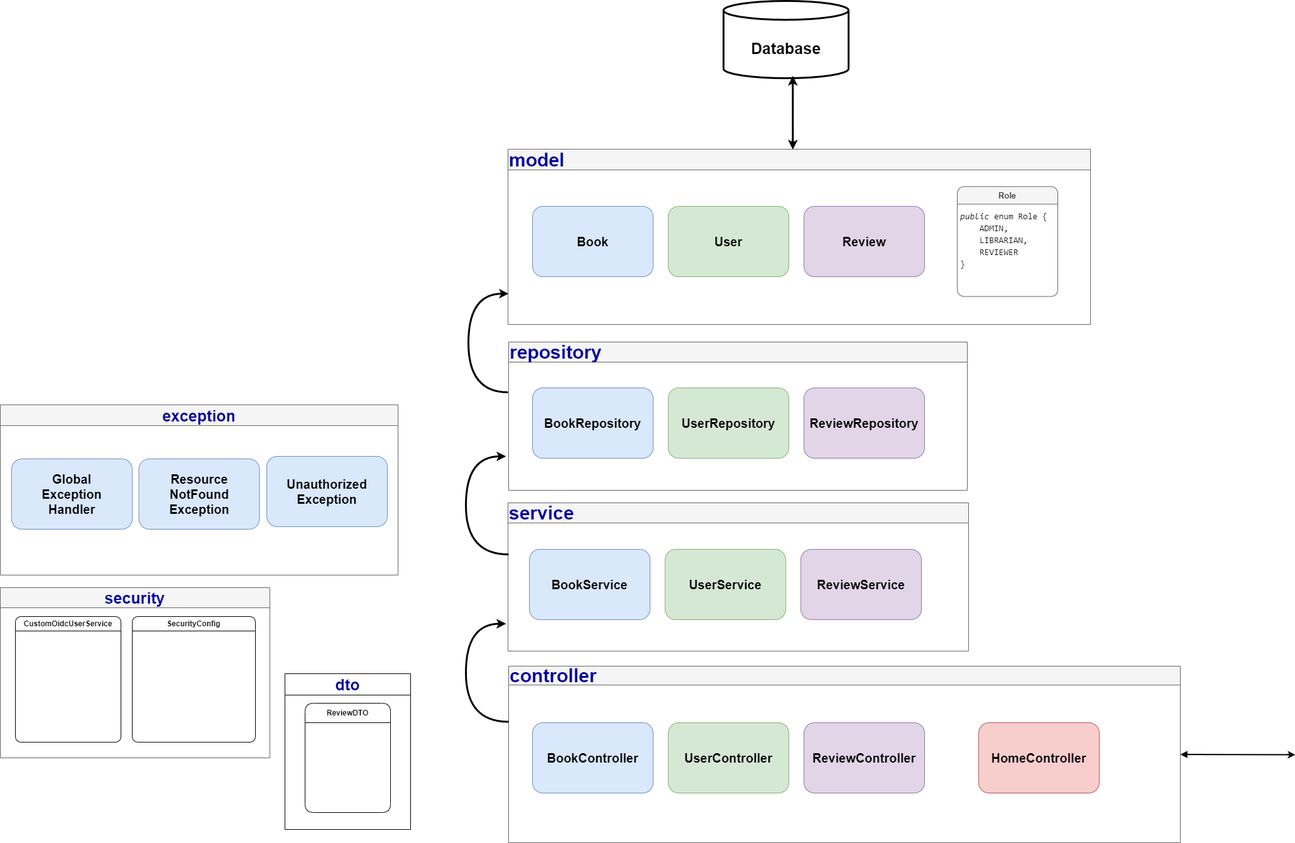
This is backend/src/main/resources/Components Diagram.drawio.png from tathienbao/Backend-BookReview, a draw.io export, as it was before one commit. Source tidied: cells renumbered, new cells last; positions are measured from the earlier drawing's top-left corner, leaving out a move shared by most shapes.
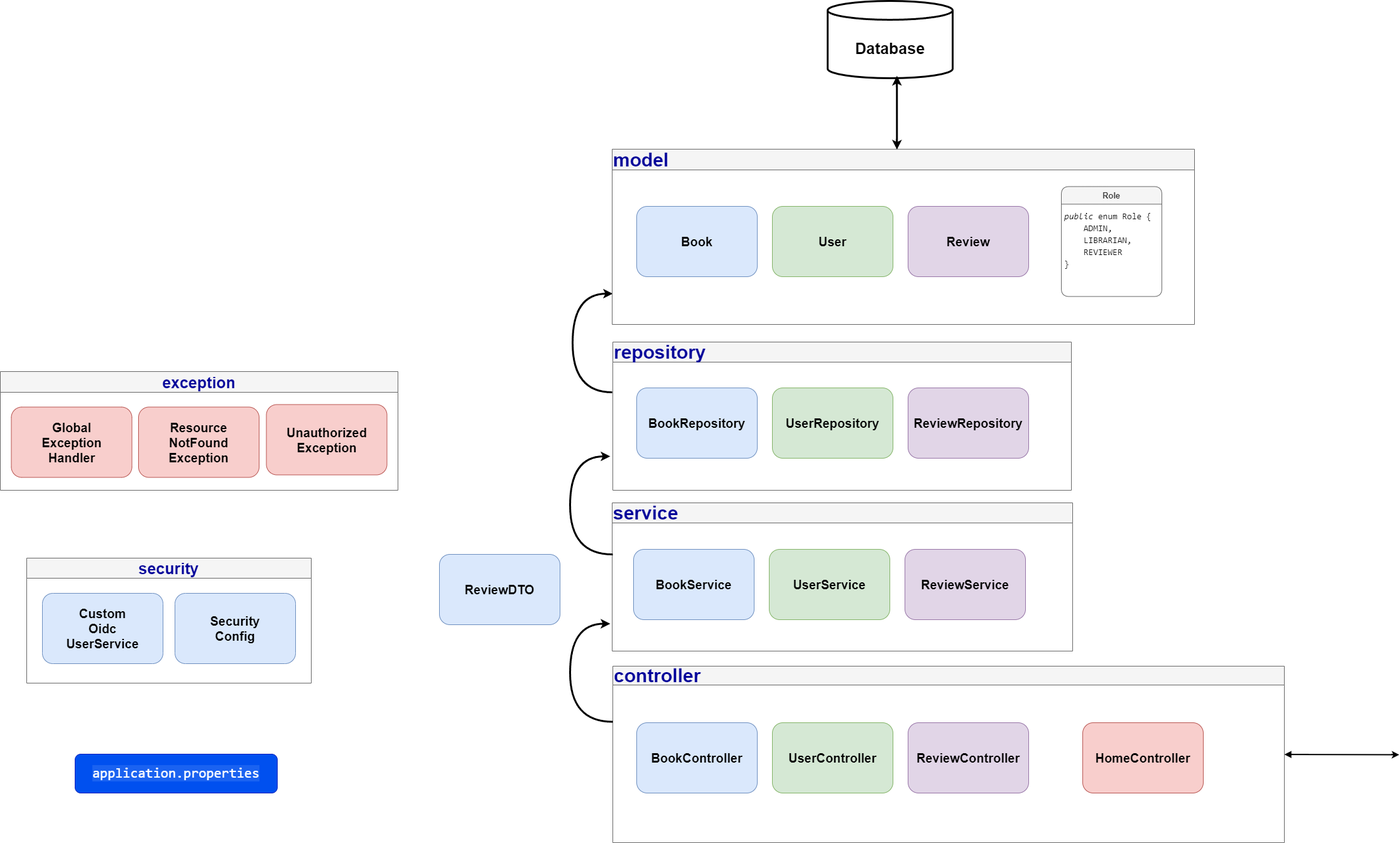
Above is the later version.

The edit, as a diff of the source:
```diff
@@ -44,23 +44,17 @@
     <mxCell id="12" value="&lt;span style=&quot;font-size: 20px; font-weight: 700;&quot;&gt;ReviewRepository&lt;/span&gt;" style="rounded=1;whiteSpace=wrap;html=1;fillColor=#e1d5e7;strokeColor=#9673a6;" parent="9" vertex="1">
       <mxGeometry x="470" y="73" width="192" height="112" as="geometry" />
     </mxCell>
-    <mxCell id="13" value="&lt;font color=&quot;#000099&quot; style=&quot;font-size: 25px;&quot;&gt;dto&lt;/font&gt;" style="swimlane;whiteSpace=wrap;html=1;startSize=34;" parent="1" vertex="1">
-      <mxGeometry x="453" y="1071" width="200" height="248" as="geometry" />
-    </mxCell>
-    <mxCell id="14" value="ReviewDTO" style="swimlane;whiteSpace=wrap;html=1;rounded=1;startSize=31;" parent="13" vertex="1">
-      <mxGeometry x="32" y="47" width="136" height="174" as="geometry" />
-    </mxCell>
     <mxCell id="15" value="&lt;font style=&quot;font-size: 25px;&quot; color=&quot;#000099&quot;&gt;exception&lt;/font&gt;" style="swimlane;whiteSpace=wrap;html=1;startSize=33;fillColor=#f5f5f5;fontColor=#333333;strokeColor=#666666;" parent="1" vertex="1">
-      <mxGeometry y="643" width="633" height="271" as="geometry" />
+      <mxGeometry x="-166" y="590" width="633" height="189" as="geometry" />
     </mxCell>
-    <mxCell id="16" value="&lt;div style=&quot;font-size: 20px;&quot;&gt;&lt;span style=&quot;font-weight: 700;&quot;&gt;&lt;font style=&quot;font-size: 20px;&quot;&gt;Unauthorized&lt;/font&gt;&lt;/span&gt;&lt;/div&gt;&lt;div style=&quot;font-size: 20px;&quot;&gt;&lt;span style=&quot;font-weight: 700;&quot;&gt;&lt;font style=&quot;font-size: 20px;&quot;&gt;Exception&lt;/font&gt;&lt;/span&gt;&lt;br&gt;&lt;/div&gt;" style="rounded=1;whiteSpace=wrap;html=1;fillColor=#dae8fc;strokeColor=#6c8ebf;" parent="15" vertex="1">
-      <mxGeometry x="424" y="82" width="192" height="112" as="geometry" />
+    <mxCell id="16" value="&lt;div style=&quot;font-size: 20px;&quot;&gt;&lt;span style=&quot;font-weight: 700;&quot;&gt;&lt;font style=&quot;font-size: 20px;&quot;&gt;Unauthorized&lt;/font&gt;&lt;/span&gt;&lt;/div&gt;&lt;div style=&quot;font-size: 20px;&quot;&gt;&lt;span style=&quot;font-weight: 700;&quot;&gt;&lt;font style=&quot;font-size: 20px;&quot;&gt;Exception&lt;/font&gt;&lt;/span&gt;&lt;br&gt;&lt;/div&gt;" style="rounded=1;whiteSpace=wrap;html=1;fillColor=#f8cecc;strokeColor=#b85450;" parent="15" vertex="1">
+      <mxGeometry x="423.5" y="52.5" width="192" height="112" as="geometry" />
     </mxCell>
-    <mxCell id="17" value="&lt;div style=&quot;font-size: 20px;&quot;&gt;&lt;span style=&quot;font-weight: 700;&quot;&gt;Resource&lt;/span&gt;&lt;/div&gt;&lt;div style=&quot;font-size: 20px;&quot;&gt;&lt;span style=&quot;font-weight: 700;&quot;&gt;NotFound&lt;/span&gt;&lt;/div&gt;&lt;div style=&quot;font-size: 20px;&quot;&gt;&lt;span style=&quot;font-weight: 700;&quot;&gt;Exception&lt;/span&gt;&lt;br&gt;&lt;/div&gt;" style="rounded=1;whiteSpace=wrap;html=1;fillColor=#dae8fc;strokeColor=#6c8ebf;" parent="15" vertex="1">
-      <mxGeometry x="220.5" y="86" width="192" height="112" as="geometry" />
+    <mxCell id="17" value="&lt;div style=&quot;font-size: 20px;&quot;&gt;&lt;span style=&quot;font-weight: 700;&quot;&gt;Resource&lt;/span&gt;&lt;/div&gt;&lt;div style=&quot;font-size: 20px;&quot;&gt;&lt;span style=&quot;font-weight: 700;&quot;&gt;NotFound&lt;/span&gt;&lt;/div&gt;&lt;div style=&quot;font-size: 20px;&quot;&gt;&lt;span style=&quot;font-weight: 700;&quot;&gt;Exception&lt;/span&gt;&lt;br&gt;&lt;/div&gt;" style="rounded=1;whiteSpace=wrap;html=1;fillColor=#f8cecc;strokeColor=#b85450;" parent="15" vertex="1">
+      <mxGeometry x="220" y="56.5" width="192" height="112" as="geometry" />
     </mxCell>
-    <mxCell id="18" value="&lt;div style=&quot;font-size: 20px;&quot;&gt;&lt;span style=&quot;font-size: 20px; font-weight: 700;&quot;&gt;Global&lt;/span&gt;&lt;/div&gt;&lt;div style=&quot;font-size: 20px;&quot;&gt;&lt;span style=&quot;font-size: 20px; font-weight: 700;&quot;&gt;Exception&lt;/span&gt;&lt;/div&gt;&lt;div style=&quot;font-size: 20px;&quot;&gt;&lt;span style=&quot;font-size: 20px; font-weight: 700;&quot;&gt;Handler&lt;/span&gt;&lt;br style=&quot;font-size: 20px;&quot;&gt;&lt;/div&gt;" style="rounded=1;whiteSpace=wrap;html=1;fillColor=#dae8fc;strokeColor=#6c8ebf;fontSize=20;" parent="15" vertex="1">
-      <mxGeometry x="18" y="86" width="192" height="112" as="geometry" />
+    <mxCell id="18" value="&lt;div style=&quot;font-size: 20px;&quot;&gt;&lt;span style=&quot;font-size: 20px; font-weight: 700;&quot;&gt;Global&lt;/span&gt;&lt;/div&gt;&lt;div style=&quot;font-size: 20px;&quot;&gt;&lt;span style=&quot;font-size: 20px; font-weight: 700;&quot;&gt;Exception&lt;/span&gt;&lt;/div&gt;&lt;div style=&quot;font-size: 20px;&quot;&gt;&lt;span style=&quot;font-size: 20px; font-weight: 700;&quot;&gt;Handler&lt;/span&gt;&lt;br style=&quot;font-size: 20px;&quot;&gt;&lt;/div&gt;" style="rounded=1;whiteSpace=wrap;html=1;fillColor=#f8cecc;strokeColor=#b85450;fontSize=20;" parent="15" vertex="1">
+      <mxGeometry x="17.5" y="56.5" width="192" height="112" as="geometry" />
     </mxCell>
     <mxCell id="19" value="&lt;font color=&quot;#000099&quot; style=&quot;font-size: 30px;&quot;&gt;service&lt;/font&gt;" style="swimlane;whiteSpace=wrap;html=1;startSize=32;align=left;fillColor=#f5f5f5;fontColor=#333333;strokeColor=#666666;" parent="1" vertex="1">
       <mxGeometry x="808" y="799" width="733" height="236" as="geometry" />
@@ -75,14 +69,14 @@
       <mxGeometry x="466" y="74" width="192" height="112" as="geometry" />
     </mxCell>
     <mxCell id="23" value="&lt;font color=&quot;#000099&quot; style=&quot;font-size: 25px;&quot;&gt;security&lt;/font&gt;" style="swimlane;whiteSpace=wrap;html=1;startSize=32;fillColor=#f5f5f5;fontColor=#333333;strokeColor=#666666;" parent="1" vertex="1">
-      <mxGeometry y="934" width="429" height="271" as="geometry" />
+      <mxGeometry x="-124" y="887" width="453" height="199" as="geometry" />
     </mxCell>
-    <mxCell id="24" value="CustomOidcUserService" style="swimlane;whiteSpace=wrap;html=1;rounded=1;" parent="23" vertex="1">
-      <mxGeometry x="24" y="46" width="168" height="200" as="geometry" />
-    </mxCell>
-    <mxCell id="25" value="SecurityConfig" style="swimlane;whiteSpace=wrap;html=1;rounded=1;" parent="23" vertex="1">
-      <mxGeometry x="210" y="46" width="196" height="200" as="geometry" />
-    </mxCell>
+    <mxCell id="36" value="&lt;div&gt;&lt;span style=&quot;font-weight: 700;&quot;&gt;&lt;font style=&quot;font-size: 20px;&quot;&gt;Custom&lt;/font&gt;&lt;/span&gt;&lt;/div&gt;&lt;div&gt;&lt;span style=&quot;font-weight: 700;&quot;&gt;&lt;font style=&quot;font-size: 20px;&quot;&gt;Oidc&lt;/font&gt;&lt;/span&gt;&lt;/div&gt;&lt;div&gt;&lt;span style=&quot;font-weight: 700;&quot;&gt;&lt;font style=&quot;font-size: 20px;&quot;&gt;UserService&lt;/font&gt;&lt;/span&gt;&lt;br&gt;&lt;/div&gt;" style="rounded=1;whiteSpace=wrap;html=1;fillColor=#dae8fc;strokeColor=#6c8ebf;" parent="23" vertex="1">
+      <mxGeometry x="25" y="56" width="192" height="112" as="geometry" />
+    </mxCell>
+    <mxCell id="37" value="&lt;div&gt;&lt;span style=&quot;font-weight: 700;&quot;&gt;&lt;font style=&quot;font-size: 20px;&quot;&gt;Security&lt;/font&gt;&lt;/span&gt;&lt;/div&gt;&lt;div&gt;&lt;span style=&quot;font-weight: 700;&quot;&gt;&lt;font style=&quot;font-size: 20px;&quot;&gt;Config&lt;/font&gt;&lt;/span&gt;&lt;br&gt;&lt;/div&gt;" style="rounded=1;whiteSpace=wrap;html=1;fillColor=#dae8fc;strokeColor=#6c8ebf;" parent="23" vertex="1">
+      <mxGeometry x="236" y="56" width="192" height="112" as="geometry" />
+    </mxCell>
     <mxCell id="26" style="edgeStyle=orthogonalEdgeStyle;curved=1;rounded=0;orthogonalLoop=1;jettySize=auto;html=1;exitX=0;exitY=0.25;exitDx=0;exitDy=0;strokeWidth=3;" parent="1" edge="1">
       <mxGeometry relative="1" as="geometry">
         <mxPoint x="809" y="1147.5" as="sourcePoint" />
@@ -127,5 +121,11 @@
     <mxCell id="35" style="endArrow=classic;startArrow=classic;html=1;rounded=0;curved=1;entryX=0.554;entryY=0.97;entryDx=0;entryDy=0;entryPerimeter=0;exitX=0.489;exitY=0.002;exitDx=0;exitDy=0;exitPerimeter=0;strokeWidth=3;" parent="1" edge="1" source="28" target="34">
       <mxGeometry relative="1" as="geometry" />
     </mxCell>
+    <mxCell id="14" value="&lt;div&gt;&lt;span style=&quot;font-size: 20px; font-weight: 700;&quot;&gt;ReviewDTO&lt;/span&gt;&lt;br&gt;&lt;/div&gt;" style="rounded=1;whiteSpace=wrap;html=1;fillColor=#dae8fc;strokeColor=#6c8ebf;" parent="1" vertex="1">
+      <mxGeometry x="533" y="881" width="192" height="112" as="geometry" />
+    </mxCell>
+    <mxCell id="38" value="&lt;div style=&quot;font-size: 22px;&quot;&gt;&lt;span style=&quot;font-family: Consolas, &amp;quot;Courier New&amp;quot;, monospace; text-align: start; background-color: rgba(255, 255, 255, 0.1); font-size: 22px;&quot;&gt;application.properties&lt;/span&gt;&lt;br style=&quot;font-size: 22px;&quot;&gt;&lt;/div&gt;" style="rounded=1;whiteSpace=wrap;html=1;fillColor=#0050ef;strokeColor=#001DBC;fontColor=#ffffff;fontSize=22;" parent="1" vertex="1">
+      <mxGeometry x="-47" y="1199" width="322" height="62" as="geometry" />
+    </mxCell>
   </root>
 </mxGraphModel>
```
